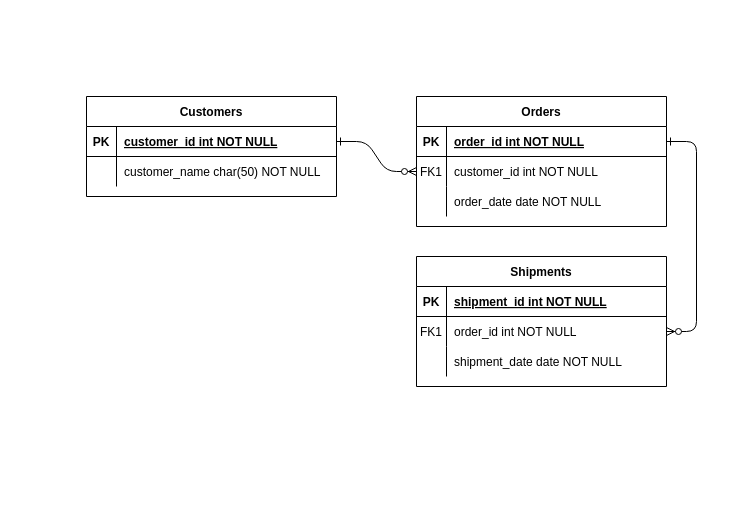
The draw.io diagram 未命名绘图.drawio in rouwannnnn/DM, before the edit. Source tidied: cells renumbered, new cells numbered last; positions are measured from the earlier drawing's top-left corner, leaving out a move shared by most shapes. Both pictures are drawn from the tidied source at 100%, with x=0, y=0 at pixel (86, 96).
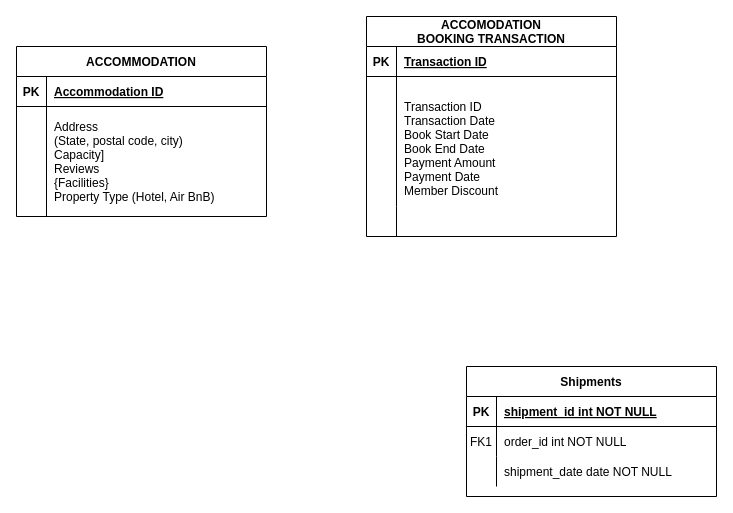
After the change.

Commit message (it also covers changes not shown here):
更新未命名绘图.drawio

The change refers to these unchanged cells:
```xml
<mxCell id="5" style="shape=partialRectangle;fillColor=none;points=[[0,0.5],[1,0.5]];portConstraint=eastwest;top=0;left=0;right=0;bottom=1;" parent="4" vertex="1">
  <mxGeometry y="30" width="250" height="30" as="geometry" />
</mxCell>
<mxCell id="18" style="shape=partialRectangle;fillColor=none;points=[[0,0.5],[1,0.5]];portConstraint=eastwest;top=0;left=0;right=0;bottom=0;" parent="14" vertex="1">
  <mxGeometry y="60" width="250" height="30" as="geometry" />
</mxCell>
<mxCell id="25" style="shape=partialRectangle;fillColor=none;points=[[0,0.5],[1,0.5]];portConstraint=eastwest;top=0;left=0;right=0;bottom=1;" parent="24" vertex="1">
  <mxGeometry y="30" width="250" height="30" as="geometry" />
</mxCell>
```

What changed in the source:
```diff
@@
-    <mxCell id="2" style="edgeStyle=entityRelationEdgeStyle;endArrow=ERzeroToMany;startArrow=ERone;endFill=1;startFill=0;" parent="1" edge="1" source="25" target="8">
-      <mxGeometry relative="1" as="geometry" />
-    </mxCell>
-    <mxCell id="3" style="edgeStyle=entityRelationEdgeStyle;endArrow=ERzeroToMany;startArrow=ERone;endFill=1;startFill=0;" parent="1" edge="1" source="5" target="18">
-      <mxGeometry relative="1" as="geometry" />
-    </mxCell>
-    <mxCell id="4" value="Orders" style="shape=table;startSize=30;childLayout=tableLayout;rowLines=0;fontStyle=1;align=center;" parent="1" vertex="1">
-      <mxGeometry x="330" width="250" height="130" as="geometry" />
+    <mxCell id="4" value="ACCOMODATION&#10;BOOKING TRANSACTION" style="shape=table;startSize=30;childLayout=tableLayout;rowLines=0;fontStyle=1;align=center;" parent="1" vertex="1">
+      <mxGeometry x="280" y="-80" width="250" height="220" as="geometry" />
     </mxCell>
@@
-    <mxCell id="7" value="order_id int NOT NULL " style="shape=partialRectangle;overflow=hidden;fillColor=none;top=0;left=0;bottom=0;right=0;align=left;spacingLeft=6;fontStyle=5;" parent="5" vertex="1">
+    <mxCell id="7" value="Transaction ID" style="shape=partialRectangle;overflow=hidden;fillColor=none;top=0;left=0;bottom=0;right=0;align=left;spacingLeft=6;fontStyle=5;" parent="5" vertex="1">
       <mxGeometry x="30" width="220" height="30" as="geometry" />
     </mxCell>
     <mxCell id="8" style="shape=partialRectangle;fillColor=none;points=[[0,0.5],[1,0.5]];portConstraint=eastwest;top=0;left=0;right=0;bottom=0;" parent="4" vertex="1">
-      <mxGeometry y="60" width="250" height="30" as="geometry" />
+      <mxGeometry y="60" width="250" height="130" as="geometry" />
     </mxCell>
-    <mxCell id="9" value="FK1" style="shape=partialRectangle;overflow=hidden;fillColor=none;top=0;left=0;bottom=0;right=0;" parent="8" vertex="1">
-      <mxGeometry width="30" height="30" as="geometry" />
+    <mxCell id="9" style="shape=partialRectangle;overflow=hidden;fillColor=none;top=0;left=0;bottom=0;right=0;" parent="8" vertex="1">
+      <mxGeometry width="30" height="130" as="geometry" />
     </mxCell>
-    <mxCell id="10" value="customer_id int NOT NULL" style="shape=partialRectangle;overflow=hidden;fillColor=none;top=0;left=0;bottom=0;right=0;align=left;spacingLeft=6;" parent="8" vertex="1">
-      <mxGeometry x="30" width="220" height="30" as="geometry" />
+    <mxCell id="10" value="&#10;Transaction ID&#10;Transaction Date&#10;Book Start Date&#10;Book End Date&#10;Payment Amount&#10;Payment Date&#10;Member Discount" style="shape=partialRectangle;overflow=hidden;fillColor=none;top=0;left=0;bottom=0;right=0;align=left;spacingLeft=6;" parent="8" vertex="1">
+      <mxGeometry x="30" width="220" height="130" as="geometry" />
     </mxCell>
     <mxCell id="11" style="shape=partialRectangle;fillColor=none;top=0;left=0;right=0;bottom=0;" parent="4" vertex="1">
-      <mxGeometry y="90" width="250" height="30" as="geometry" />
+      <mxGeometry y="190" width="250" height="30" as="geometry" />
     </mxCell>
@@
-    <mxCell id="13" value="order_date date NOT NULL" style="shape=partialRectangle;overflow=hidden;fillColor=none;top=0;left=0;bottom=0;right=0;align=left;spacingLeft=6;" parent="11" vertex="1">
+    <mxCell id="13" style="shape=partialRectangle;overflow=hidden;fillColor=none;top=0;left=0;bottom=0;right=0;align=left;spacingLeft=6;" parent="11" vertex="1">
       <mxGeometry x="30" width="220" height="30" as="geometry" />
     </mxCell>
     <mxCell id="14" value="Shipments" style="shape=table;startSize=30;childLayout=tableLayout;rowLines=0;fontStyle=1;align=center;" parent="1" vertex="1">
-      <mxGeometry x="330" y="160" width="250" height="130" as="geometry" />
+      <mxGeometry x="380" y="270" width="250" height="130" as="geometry" />
     </mxCell>
@@
-    <mxCell id="24" value="Customers" style="shape=table;startSize=30;childLayout=tableLayout;rowLines=0;fontStyle=1;align=center;" parent="1" vertex="1">
-      <mxGeometry width="250" height="100" as="geometry" />
+    <mxCell id="24" value="ACCOMMODATION" style="shape=table;startSize=30;childLayout=tableLayout;rowLines=0;fontStyle=1;align=center;" parent="1" vertex="1">
+      <mxGeometry x="-70" y="-50" width="250" height="170" as="geometry" />
     </mxCell>
@@
-    <mxCell id="27" value="customer_id int NOT NULL " style="shape=partialRectangle;overflow=hidden;fillColor=none;top=0;left=0;bottom=0;right=0;align=left;spacingLeft=6;fontStyle=5;" parent="25" vertex="1">
+    <mxCell id="27" value="Accommodation ID" style="shape=partialRectangle;overflow=hidden;fillColor=none;top=0;left=0;bottom=0;right=0;align=left;spacingLeft=6;fontStyle=5;" parent="25" vertex="1">
       <mxGeometry x="30" width="220" height="30" as="geometry" />
     </mxCell>
     <mxCell id="28" style="shape=partialRectangle;fillColor=none;top=0;left=0;right=0;bottom=0;" parent="24" vertex="1">
-      <mxGeometry y="60" width="250" height="30" as="geometry" />
+      <mxGeometry y="60" width="250" height="110" as="geometry" />
     </mxCell>
     <mxCell id="29" style="shape=partialRectangle;overflow=hidden;fillColor=none;top=0;left=0;bottom=0;right=0;" parent="28" vertex="1">
-      <mxGeometry width="30" height="30" as="geometry" />
+      <mxGeometry width="30" height="110" as="geometry" />
     </mxCell>
-    <mxCell id="30" value="customer_name char(50) NOT NULL" style="shape=partialRectangle;overflow=hidden;fillColor=none;top=0;left=0;bottom=0;right=0;align=left;spacingLeft=6;" parent="28" vertex="1">
-      <mxGeometry x="30" width="220" height="30" as="geometry" />
+    <mxCell id="30" value="Address&#10;(State, postal code, city)&#10;Capacity]&#10;Reviews&#10;{Facilities}&#10;Property Type (Hotel, Air BnB)" style="shape=partialRectangle;overflow=hidden;fillColor=none;top=0;left=0;bottom=0;right=0;align=left;spacingLeft=6;" parent="28" vertex="1">
+      <mxGeometry x="30" width="220" height="110" as="geometry" />
     </mxCell>
```
